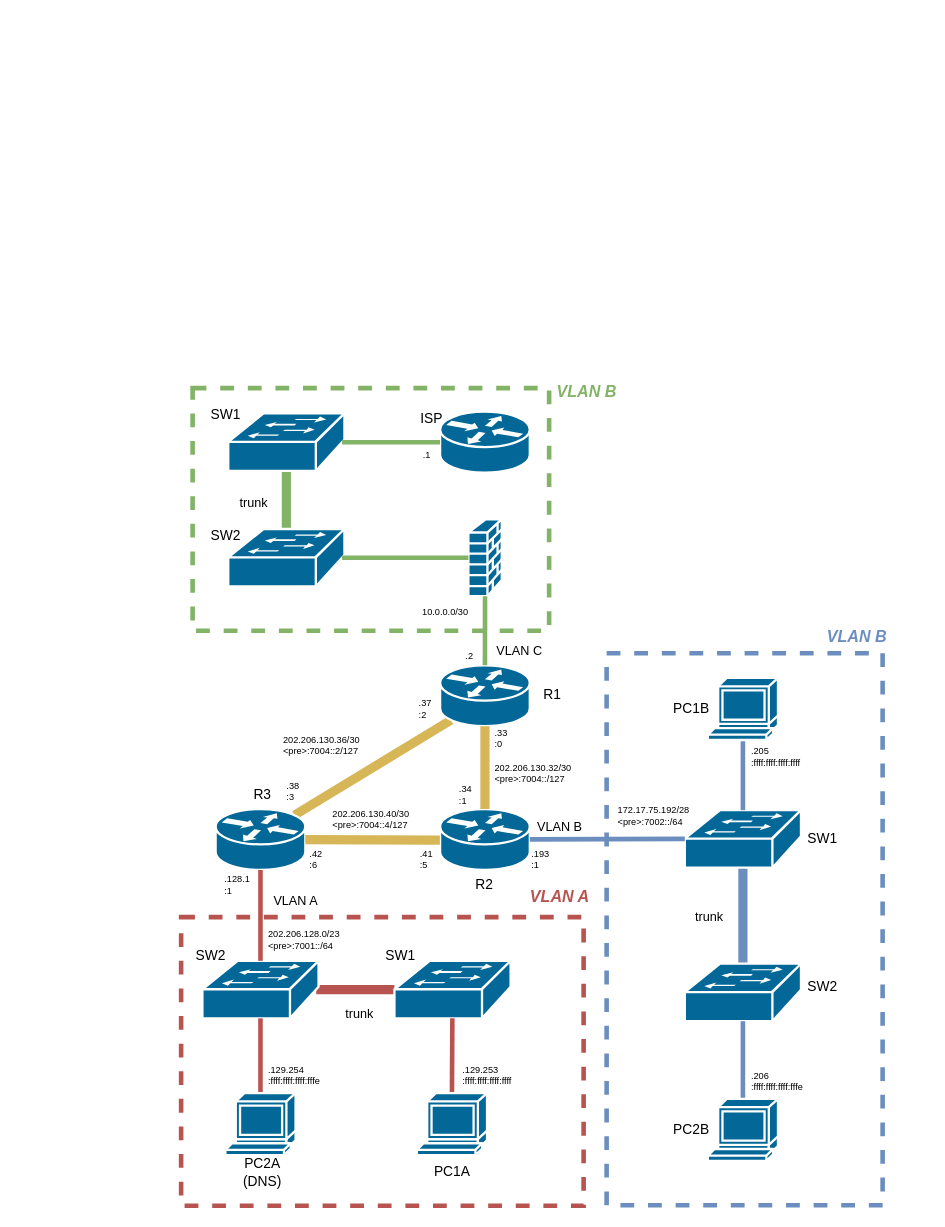
phatt-23/web keeps this draw.io diagram as l3_topologie_s_adresami.drawio. Above is the earlier version. Source tidied: cells renumbered, new cells numbered last; positions are measured from the earlier drawing's top-left corner, leaving out a move shared by most shapes. Both pictures are drawn from the tidied source at 115%, with x=0, y=0 at pixel (20, 20).
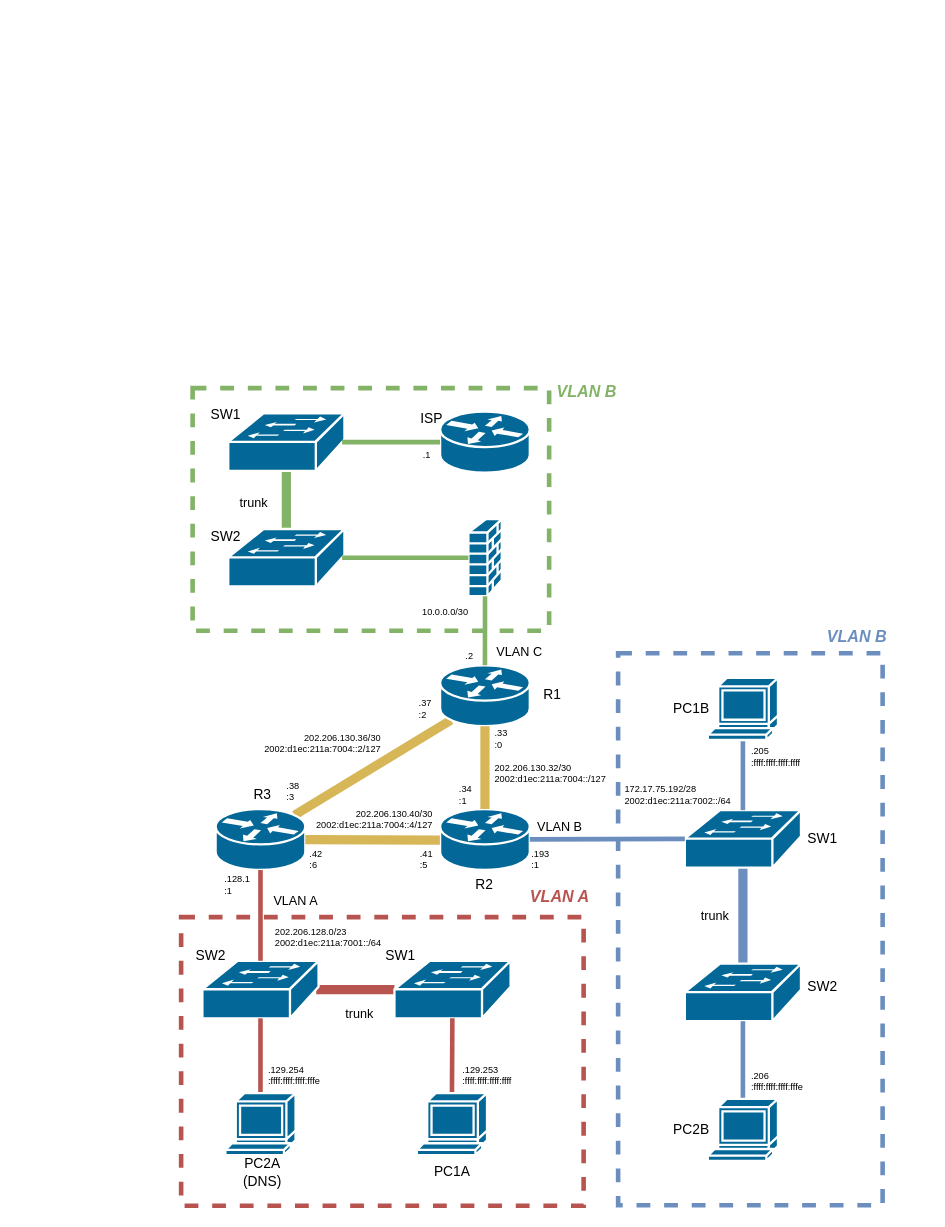
The same page after the edit.

What changed in the source:
```diff
@@
     <mxCell id="29" style="rounded=0;whiteSpace=wrap;html=1;fillColor=none;dashed=1;strokeWidth=4;strokeColor=#6c8ebf;fontFamily=Iosevka NF;" parent="1" vertex="1">
-      <mxGeometry x="510" y="550.5" width="240" height="480" as="geometry" />
+      <mxGeometry x="520" y="550.5" width="230" height="480" as="geometry" />
     </mxCell>
@@
     <mxCell id="48" value="&lt;div&gt;trunk&lt;/div&gt;" style="edgeLabel;html=1;align=center;verticalAlign=middle;labelBackgroundColor=none;fontFamily=Iosevka NF;" parent="1" vertex="1">
-      <mxGeometry x="605" y="784" as="geometry">
+      <mxGeometry x="610" y="783" as="geometry">
         <mxPoint x="-7" y="-5" as="offset" />
       </mxGeometry>
     </mxCell>
@@
-    <mxCell id="64" value="&lt;div align=&quot;left&quot;&gt;&lt;div style=&quot;font-size: 8px;&quot;&gt;&lt;font style=&quot;font-size: 8px;&quot;&gt;202.206.130.36/30&lt;br&gt;&amp;lt;pre&amp;gt;:7004::2/127&lt;br&gt;&lt;/font&gt;&lt;/div&gt;&lt;/div&gt;" style="text;html=1;align=left;verticalAlign=middle;whiteSpace=wrap;rounded=0;fontFamily=Iosevka NF;" parent="1" vertex="1">
-      <mxGeometry x="227" y="616" width="110" height="30" as="geometry" />
+    <mxCell id="64" value="&lt;div align=&quot;right&quot;&gt;&lt;div style=&quot;font-size: 8px;&quot;&gt;&lt;font style=&quot;font-size: 8px;&quot;&gt;202.206.130.36/30&lt;br&gt;2002:d1ec:211a:7004::2/127&lt;br&gt;&lt;/font&gt;&lt;/div&gt;&lt;/div&gt;" style="text;html=1;align=right;verticalAlign=middle;whiteSpace=wrap;rounded=0;fontFamily=Iosevka NF;" parent="1" vertex="1">
+      <mxGeometry x="206" y="614" width="110" height="30" as="geometry" />
     </mxCell>
@@
-    <mxCell id="67" value="&lt;div align=&quot;left&quot;&gt;&lt;div style=&quot;font-size: 8px;&quot;&gt;&lt;font style=&quot;font-size: 8px;&quot;&gt;202.206.130.32/30&lt;br&gt;&amp;lt;pre&amp;gt;:7004::/127&lt;/font&gt;&lt;/div&gt;&lt;/div&gt;" style="text;html=1;align=left;verticalAlign=middle;whiteSpace=wrap;rounded=0;fontFamily=Iosevka NF;" parent="1" vertex="1">
+    <mxCell id="67" value="&lt;div align=&quot;left&quot;&gt;&lt;div style=&quot;font-size: 8px;&quot;&gt;&lt;font style=&quot;font-size: 8px;&quot;&gt;202.206.130.32/30&lt;br&gt;2002:d1ec:211a:7004::/127&lt;/font&gt;&lt;/div&gt;&lt;/div&gt;" style="text;html=1;align=left;verticalAlign=middle;whiteSpace=wrap;rounded=0;fontFamily=Iosevka NF;" parent="1" vertex="1">
       <mxGeometry x="410.5" y="640" width="89" height="30" as="geometry" />
     </mxCell>
@@
-    <mxCell id="70" value="&lt;div align=&quot;left&quot;&gt;&lt;div style=&quot;font-size: 8px;&quot;&gt;&lt;font style=&quot;font-size: 8px;&quot;&gt;202.206.130.40/30&lt;br&gt;&amp;lt;pre&amp;gt;:7004::4/127&lt;/font&gt;&lt;/div&gt;&lt;/div&gt;" style="text;html=1;align=left;verticalAlign=middle;whiteSpace=wrap;rounded=0;fontFamily=Iosevka NF;" parent="1" vertex="1">
-      <mxGeometry x="270" y="680" width="90" height="30" as="geometry" />
+    <mxCell id="70" value="&lt;div align=&quot;right&quot;&gt;&lt;div style=&quot;font-size: 8px;&quot;&gt;&lt;font style=&quot;font-size: 8px;&quot;&gt;202.206.130.40/30&lt;br&gt;2002:d1ec:211a:7004::4/127&lt;/font&gt;&lt;/div&gt;&lt;/div&gt;" style="text;html=1;align=right;verticalAlign=middle;whiteSpace=wrap;rounded=0;fontFamily=Iosevka NF;" parent="1" vertex="1">
+      <mxGeometry x="271" y="680" width="90" height="30" as="geometry" />
     </mxCell>
@@
-    <mxCell id="73" value="&lt;div align=&quot;left&quot;&gt;&lt;div style=&quot;font-size: 8px;&quot;&gt;&lt;font style=&quot;font-size: 8px;&quot;&gt;202.206.128.0/23&lt;br&gt;&amp;lt;pre&amp;gt;:7001::/64&lt;/font&gt;&lt;/div&gt;&lt;/div&gt;" style="text;html=1;align=left;verticalAlign=middle;whiteSpace=wrap;rounded=0;fontFamily=Iosevka NF;" parent="1" vertex="1">
-      <mxGeometry x="214" y="785" width="96" height="30" as="geometry" />
+    <mxCell id="73" value="&lt;div align=&quot;left&quot;&gt;&lt;div style=&quot;font-size: 8px;&quot;&gt;&lt;font style=&quot;font-size: 8px;&quot;&gt;202.206.128.0/23&lt;br&gt;2002:d1ec:211a:7001::/64&lt;/font&gt;&lt;/div&gt;&lt;/div&gt;" style="text;html=1;align=left;verticalAlign=middle;whiteSpace=wrap;rounded=0;fontFamily=Iosevka NF;" parent="1" vertex="1">
+      <mxGeometry x="220" y="783" width="96" height="30" as="geometry" />
     </mxCell>
-    <mxCell id="74" value="&lt;div align=&quot;left&quot;&gt;&lt;div style=&quot;font-size: 8px;&quot;&gt;&lt;font style=&quot;font-size: 8px;&quot;&gt;172.17.75.192/28&lt;br&gt;&amp;lt;pre&amp;gt;:7002::/64&lt;/font&gt;&lt;/div&gt;&lt;/div&gt;" style="text;html=1;align=left;verticalAlign=middle;whiteSpace=wrap;rounded=0;fontFamily=Iosevka NF;" parent="1" vertex="1">
-      <mxGeometry x="517.5" y="677" width="102.5" height="30" as="geometry" />
+    <mxCell id="74" value="&lt;div align=&quot;left&quot;&gt;&lt;div style=&quot;font-size: 8px;&quot;&gt;&lt;font style=&quot;font-size: 8px;&quot;&gt;172.17.75.192/28&lt;br&gt;2002:d1ec:211a:7002::/64&lt;/font&gt;&lt;/div&gt;&lt;/div&gt;" style="text;html=1;align=left;verticalAlign=middle;whiteSpace=wrap;rounded=0;fontFamily=Iosevka NF;" parent="1" vertex="1">
+      <mxGeometry x="524" y="659" width="102.5" height="30" as="geometry" />
     </mxCell>
@@
-    <mxCell id="76" value="&amp;nbsp;" style="text;whiteSpace=wrap;html=1;fontFamily=Iosevka NF;" parent="1" vertex="1">
-      <mxGeometry width="40" height="40" as="geometry" />
-    </mxCell>
```
